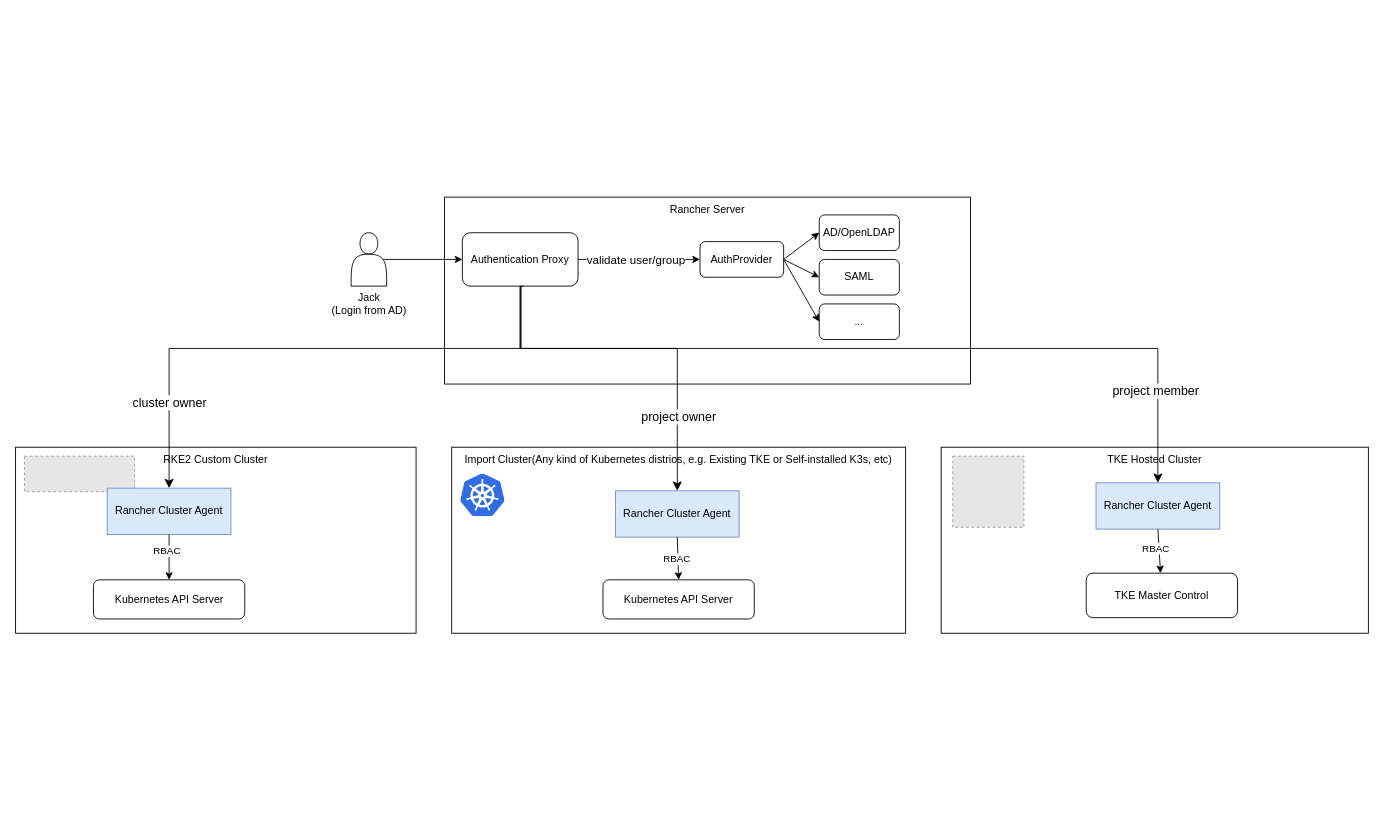
This is rancher-auth.drawio from JacieChao/jacie-docs, a draw.io file, before an edit. Source tidied: cells renumbered, new cells numbered last; positions are measured from the earlier drawing's top-left corner, leaving out a move shared by most shapes. Both pictures are drawn from the tidied source at 89%, with x=0, y=0 at pixel (15, 197). Pictures stored in the file or linked from it are replaced by grey dashed boxes.
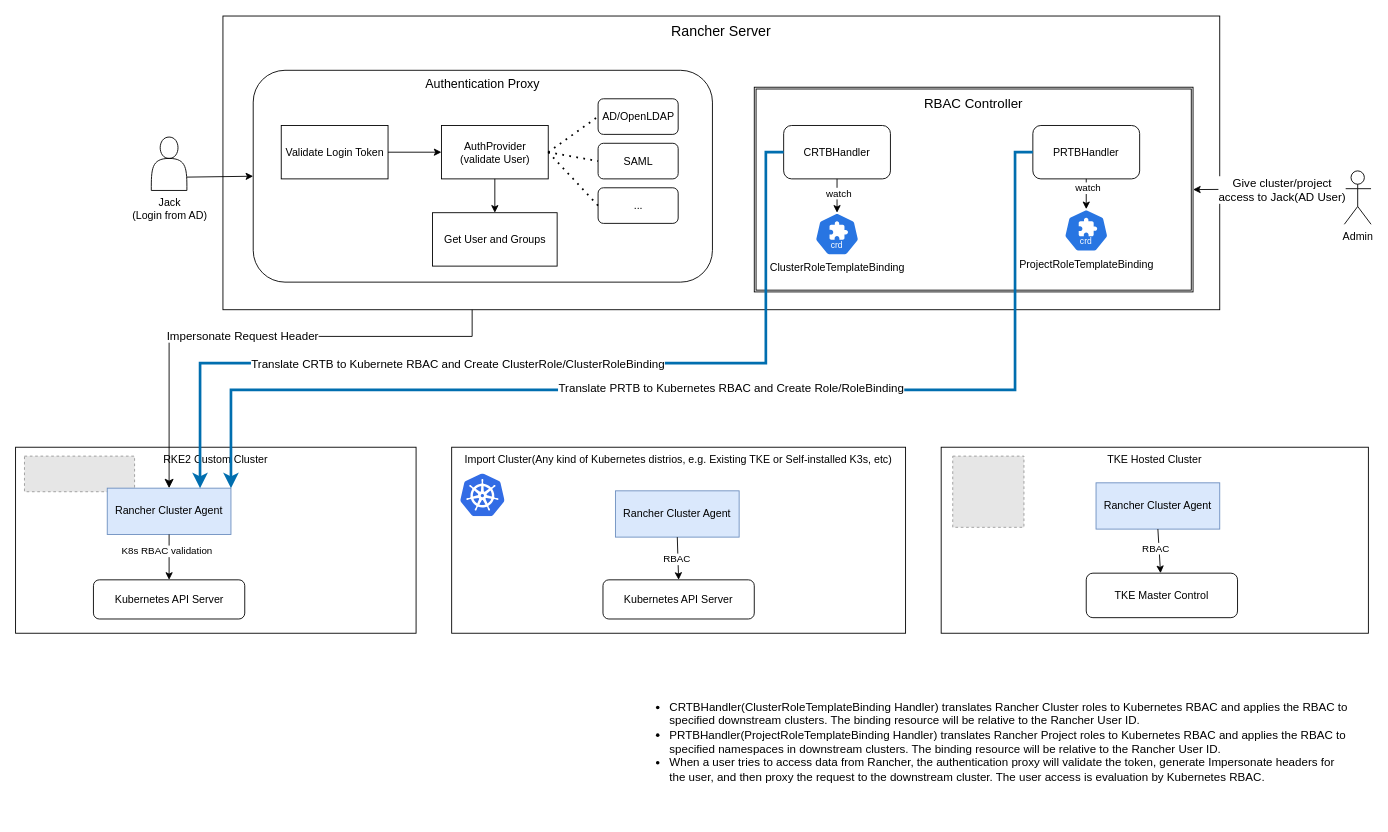
The same diagram, later.

Unchanged cells that the change refers to:
```xml
<mxCell id="25" value="Rancher Cluster Agent" style="rounded=0;whiteSpace=wrap;html=1;fillColor=#dae8fc;strokeColor=#6c8ebf;" parent="1" vertex="1">
  <mxGeometry x="103" y="327" width="139" height="52" as="geometry" />
</mxCell>
<mxCell id="26" style="endArrow=classic;html=1;rounded=0;exitX=0.5;exitY=1;exitDx=0;exitDy=0;entryX=0.5;entryY=0;entryDx=0;entryDy=0;" parent="1" edge="1" source="25" target="9">
  <mxGeometry relative="1" as="geometry" />
</mxCell>
<mxCell id="28" value="Rancher Cluster Agent" style="rounded=0;whiteSpace=wrap;html=1;fillColor=#dae8fc;strokeColor=#6c8ebf;" parent="1" vertex="1">
  <mxGeometry x="674" y="330" width="139" height="52" as="geometry" />
</mxCell>
<mxCell id="31" value="Rancher Cluster Agent" style="rounded=0;whiteSpace=wrap;html=1;fillColor=#dae8fc;strokeColor=#6c8ebf;" parent="1" vertex="1">
  <mxGeometry x="1214" y="321" width="139" height="52" as="geometry" />
</mxCell>
```

Diff of the diagram source:
```diff
@@
-    <mxCell id="2" value="Rancher Server&lt;div&gt;&lt;br&gt;&lt;/div&gt;" style="rounded=0;whiteSpace=wrap;html=1;verticalAlign=top;" parent="1" vertex="1">
-      <mxGeometry x="482" width="591" height="210" as="geometry" />
+    <mxCell id="2" value="Rancher Server&lt;div style=&quot;font-size: 16px;&quot;&gt;&lt;br style=&quot;font-size: 16px;&quot;&gt;&lt;/div&gt;" style="rounded=0;whiteSpace=wrap;html=1;verticalAlign=top;fontSize=16;" parent="1" vertex="1">
+      <mxGeometry x="233" y="-203.5" width="1120" height="330" as="geometry" />
     </mxCell>
-    <mxCell id="3" value="Authentication P&lt;span style=&quot;background-color: initial;&quot;&gt;roxy&lt;/span&gt;" style="rounded=1;whiteSpace=wrap;html=1;" parent="1" vertex="1">
-      <mxGeometry x="502" y="40" width="130" height="60" as="geometry" />
-    </mxCell>
     <mxCell id="4" style="shape=actor;whiteSpace=wrap;html=1;" parent="1" vertex="1">
-      <mxGeometry x="377" y="40" width="40" height="60" as="geometry" />
+      <mxGeometry x="152.5" y="-67.5" width="40" height="60" as="geometry" />
     </mxCell>
     <mxCell id="5" value="Jack&lt;div&gt;(Login from AD&lt;span style=&quot;background-color: initial;&quot;&gt;)&lt;/span&gt;&lt;/div&gt;" style="text;html=1;align=center;verticalAlign=middle;strokeColor=none;fillColor=none;" parent="1" vertex="1">
-      <mxGeometry x="342" y="100" width="110" height="40" as="geometry" />
+      <mxGeometry x="117.5" y="-7.5" width="110" height="40" as="geometry" />
     </mxCell>
-    <mxCell id="6" value="AuthProvider" style="rounded=1;whiteSpace=wrap;html=1;" parent="1" vertex="1">
-      <mxGeometry x="769" y="50" width="94" height="40" as="geometry" />
-    </mxCell>
@@
-    <mxCell id="16" style="endArrow=classic;html=1;rounded=0;exitX=0.9;exitY=0.5;exitDx=0;exitDy=0;exitPerimeter=0;entryX=0;entryY=0.5;entryDx=0;entryDy=0;" parent="1" edge="1" source="4" target="3">
-      <mxGeometry relative="1" as="geometry" />
-    </mxCell>
-    <mxCell id="17" style="endArrow=classic;html=1;rounded=0;exitX=1;exitY=0.5;exitDx=0;exitDy=0;" parent="1" edge="1" source="3" target="6">
-      <mxGeometry relative="1" as="geometry" />
-    </mxCell>
-    <mxCell id="18" value="validate user/group" style="edgeLabel;html=1;align=center;verticalAlign=middle;fontSize=13;" parent="17" vertex="1">
-      <mxGeometry x="-0.43" relative="1" as="geometry">
-        <mxPoint x="25" as="offset" />
-      </mxGeometry>
-    </mxCell>
-    <mxCell id="19" style="edgeStyle=segmentEdgeStyle;endArrow=classic;html=1;curved=0;rounded=0;endSize=8;startSize=8;exitX=0.5;exitY=1;exitDx=0;exitDy=0;entryX=0.5;entryY=0;entryDx=0;entryDy=0;" parent="1" edge="1" source="3" target="25">
-      <mxGeometry relative="1" as="geometry">
-        <Array as="points">
-          <mxPoint x="567" y="170" />
-          <mxPoint x="173" y="170" />
-        </Array>
-      </mxGeometry>
-    </mxCell>
-    <mxCell id="20" value="cluster owner" style="edgeLabel;html=1;align=center;verticalAlign=middle;fontSize=14;" parent="19" vertex="1">
-      <mxGeometry x="0.25" y="-2" relative="1" as="geometry">
-        <mxPoint x="-77" y="62" as="offset" />
-      </mxGeometry>
-    </mxCell>
-    <mxCell id="21" style="edgeStyle=segmentEdgeStyle;endArrow=classic;html=1;curved=0;rounded=0;endSize=8;startSize=8;exitX=0.5;exitY=1;exitDx=0;exitDy=0;entryX=0.5;entryY=0;entryDx=0;entryDy=0;" parent="1" edge="1" target="28">
-      <mxGeometry relative="1" as="geometry">
-        <mxPoint x="571" y="100" as="sourcePoint" />
-        <Array as="points">
-          <mxPoint x="567" y="100" />
-          <mxPoint x="567" y="170" />
-          <mxPoint x="743" y="170" />
-          <mxPoint x="743" y="331" />
-        </Array>
-      </mxGeometry>
-    </mxCell>
-    <mxCell id="22" value="project owner" style="edgeLabel;html=1;align=center;verticalAlign=middle;fontSize=14;" parent="21" vertex="1">
-      <mxGeometry x="0.59" y="1" relative="1" as="geometry">
-        <mxPoint y="1" as="offset" />
-      </mxGeometry>
-    </mxCell>
-    <mxCell id="23" style="edgeStyle=segmentEdgeStyle;endArrow=classic;html=1;curved=0;rounded=0;endSize=8;startSize=8;entryX=0.5;entryY=0;entryDx=0;entryDy=0;" parent="1" edge="1" target="31">
-      <mxGeometry relative="1" as="geometry">
-        <mxPoint x="568" y="100" as="sourcePoint" />
-        <Array as="points">
-          <mxPoint x="568" y="170" />
-          <mxPoint x="1283" y="170" />
-        </Array>
-      </mxGeometry>
-    </mxCell>
-    <mxCell id="24" value="project member" style="edgeLabel;html=1;align=center;verticalAlign=middle;fontSize=14;" parent="23" vertex="1">
-      <mxGeometry x="0.78" y="-3" relative="1" as="geometry" />
-    </mxCell>
@@
-    <mxCell id="27" value="RBAC" style="edgeLabel;html=1;align=center;verticalAlign=middle;" parent="26" vertex="1">
+    <mxCell id="27" value="K8s RBAC validation" style="edgeLabel;html=1;align=center;verticalAlign=middle;" parent="26" vertex="1">
       <mxGeometry x="-0.37" y="1" relative="1" as="geometry">
         <mxPoint x="-4" y="2" as="offset" />
       </mxGeometry>
     </mxCell>
@@
+    <mxCell id="40" value="Authentication Proxy" style="rounded=1;whiteSpace=wrap;html=1;verticalAlign=top;fontSize=14;" parent="1" vertex="1">
+      <mxGeometry x="267" y="-142.5" width="516" height="238" as="geometry" />
+    </mxCell>
+    <mxCell id="41" value="Validate Login Token" style="rounded=0;whiteSpace=wrap;html=1;" parent="1" vertex="1">
+      <mxGeometry x="298.5" y="-80.5" width="120" height="60" as="geometry" />
+    </mxCell>
+    <mxCell id="42" value="AuthProvider&lt;div&gt;(validate User)&lt;/div&gt;" style="rounded=0;whiteSpace=wrap;html=1;" parent="1" vertex="1">
+      <mxGeometry x="478.5" y="-80.5" width="120" height="60" as="geometry" />
+    </mxCell>
+    <mxCell id="43" value="Get User and Groups" style="rounded=0;whiteSpace=wrap;html=1;" parent="1" vertex="1">
+      <mxGeometry x="468.5" y="17.5" width="140" height="60" as="geometry" />
+    </mxCell>
+    <mxCell id="44" style="endArrow=classic;html=1;rounded=0;exitX=1;exitY=0.5;exitDx=0;exitDy=0;entryX=0;entryY=0.5;entryDx=0;entryDy=0;" parent="1" edge="1" source="41" target="42">
+      <mxGeometry relative="1" as="geometry" />
+    </mxCell>
     <mxCell id="34" value="SAML" style="rounded=1;whiteSpace=wrap;html=1;" parent="1" vertex="1">
-      <mxGeometry x="903" y="70" width="90" height="40" as="geometry" />
+      <mxGeometry x="654.5" y="-60.5" width="90" height="40" as="geometry" />
     </mxCell>
     <mxCell id="35" value="AD/OpenLDAP" style="rounded=1;whiteSpace=wrap;html=1;" parent="1" vertex="1">
-      <mxGeometry x="903" y="20" width="90" height="40" as="geometry" />
+      <mxGeometry x="654.5" y="-110.5" width="90" height="40" as="geometry" />
     </mxCell>
     <mxCell id="36" value="..." style="rounded=1;whiteSpace=wrap;html=1;" parent="1" vertex="1">
-      <mxGeometry x="903" y="120" width="90" height="40" as="geometry" />
+      <mxGeometry x="654.5" y="-10.5" width="90" height="40" as="geometry" />
     </mxCell>
-    <mxCell id="37" style="endArrow=classic;html=1;rounded=0;exitX=1;exitY=0.5;exitDx=0;exitDy=0;entryX=0;entryY=0.5;entryDx=0;entryDy=0;" parent="1" edge="1" source="6" target="35">
-      <mxGeometry relative="1" as="geometry" />
-    </mxCell>
-    <mxCell id="38" style="endArrow=classic;html=1;rounded=0;exitX=1;exitY=0.5;exitDx=0;exitDy=0;entryX=0;entryY=0.5;entryDx=0;entryDy=0;" parent="1" edge="1" source="6" target="34">
-      <mxGeometry relative="1" as="geometry" />
-    </mxCell>
-    <mxCell id="39" style="endArrow=classic;html=1;rounded=0;exitX=1;exitY=0.5;exitDx=0;exitDy=0;entryX=0;entryY=0.5;entryDx=0;entryDy=0;" parent="1" edge="1" source="6" target="36">
-      <mxGeometry relative="1" as="geometry" />
-    </mxCell>
+    <mxCell id="45" style="endArrow=none;dashed=1;html=1;dashPattern=1 3;strokeWidth=2;rounded=0;exitX=1;exitY=0.5;exitDx=0;exitDy=0;entryX=0;entryY=0.5;entryDx=0;entryDy=0;" parent="1" edge="1" source="42" target="35">
+      <mxGeometry relative="1" as="geometry" />
+    </mxCell>
+    <mxCell id="46" style="endArrow=none;dashed=1;html=1;dashPattern=1 3;strokeWidth=2;rounded=0;exitX=1;exitY=0.5;exitDx=0;exitDy=0;entryX=0;entryY=0.5;entryDx=0;entryDy=0;" parent="1" edge="1" source="42" target="34">
+      <mxGeometry relative="1" as="geometry" />
+    </mxCell>
+    <mxCell id="47" style="endArrow=none;dashed=1;html=1;dashPattern=1 3;strokeWidth=2;rounded=0;exitX=1;exitY=0.5;exitDx=0;exitDy=0;entryX=0;entryY=0.5;entryDx=0;entryDy=0;" parent="1" edge="1" source="42" target="36">
+      <mxGeometry relative="1" as="geometry" />
+    </mxCell>
+    <mxCell id="48" style="endArrow=classic;html=1;rounded=0;exitX=0.5;exitY=1;exitDx=0;exitDy=0;entryX=0.5;entryY=0;entryDx=0;entryDy=0;" parent="1" edge="1" source="42" target="43">
+      <mxGeometry relative="1" as="geometry" />
+    </mxCell>
+    <mxCell id="49" style="endArrow=classic;html=1;rounded=0;exitX=1;exitY=0.75;exitDx=0;exitDy=0;entryX=0;entryY=0.5;entryDx=0;entryDy=0;" parent="1" edge="1" source="4" target="40">
+      <mxGeometry relative="1" as="geometry" />
+    </mxCell>
+    <mxCell id="50" value="RBAC Controller" style="shape=ext;double=1;rounded=0;whiteSpace=wrap;html=1;verticalAlign=top;fontSize=15;" parent="1" vertex="1">
+      <mxGeometry x="830" y="-123.5" width="493" height="230" as="geometry" />
+    </mxCell>
+    <mxCell id="51" value="CRTBHandler" style="rounded=1;whiteSpace=wrap;html=1;" parent="1" vertex="1">
+      <mxGeometry x="863" y="-80.5" width="120" height="60" as="geometry" />
+    </mxCell>
+    <mxCell id="52" value="PRTBHandler" style="rounded=1;whiteSpace=wrap;html=1;" parent="1" vertex="1">
+      <mxGeometry x="1143" y="-80.5" width="120" height="60" as="geometry" />
+    </mxCell>
+    <mxCell id="53" value="&lt;div&gt;&lt;span style=&quot;background-color: initial;&quot;&gt;Admin&lt;/span&gt;&lt;br&gt;&lt;/div&gt;" style="shape=umlActor;verticalLabelPosition=bottom;verticalAlign=top;html=1;outlineConnect=0;" parent="1" vertex="1">
+      <mxGeometry x="1493" y="-29.5" width="30" height="60" as="geometry" />
+    </mxCell>
+    <mxCell id="54" style="endArrow=classic;html=1;rounded=0;exitX=0;exitY=0.3333333333333333;exitDx=0;exitDy=0;exitPerimeter=0;entryX=1;entryY=0.5;entryDx=0;entryDy=0;" parent="1" edge="1" source="53" target="50">
+      <mxGeometry relative="1" as="geometry" />
+    </mxCell>
+    <mxCell id="55" value="Give cluster/project&lt;div&gt;access to Jack(AD User)&lt;/div&gt;" style="edgeLabel;html=1;align=center;verticalAlign=middle;fontSize=13;" parent="54" vertex="1">
+      <mxGeometry x="-0.17" y="1" relative="1" as="geometry" />
+    </mxCell>
+    <mxCell id="56" value="ClusterRoleTemplateBinding" style="sketch=0;html=1;dashed=0;whitespace=wrap;verticalLabelPosition=bottom;verticalAlign=top;fillColor=#2875E2;strokeColor=#ffffff;points=[[0.005,0.63,0],[0.1,0.2,0],[0.9,0.2,0],[0.5,0,0],[0.995,0.63,0],[0.72,0.99,0],[0.5,1,0],[0.28,0.99,0]];shape=mxgraph.kubernetes.icon2;kubernetesLabel=1;prIcon=crd;" parent="1" vertex="1">
+      <mxGeometry x="898" y="17.5" width="50" height="48" as="geometry" />
+    </mxCell>
+    <mxCell id="57" value="ProjectRoleTemplateBinding" style="sketch=0;html=1;dashed=0;whitespace=wrap;verticalLabelPosition=bottom;verticalAlign=top;fillColor=#2875E2;strokeColor=#ffffff;points=[[0.005,0.63,0],[0.1,0.2,0],[0.9,0.2,0],[0.5,0,0],[0.995,0.63,0],[0.72,0.99,0],[0.5,1,0],[0.28,0.99,0]];shape=mxgraph.kubernetes.icon2;kubernetesLabel=1;prIcon=crd;" parent="1" vertex="1">
+      <mxGeometry x="1178" y="13.5" width="50" height="48" as="geometry" />
+    </mxCell>
+    <mxCell id="58" style="endArrow=classic;html=1;rounded=0;exitX=0.5;exitY=1;exitDx=0;exitDy=0;entryX=0.5;entryY=0;entryDx=0;entryDy=0;entryPerimeter=0;" parent="1" edge="1" source="51" target="56">
+      <mxGeometry relative="1" as="geometry" />
+    </mxCell>
+    <mxCell id="59" value="watch" style="edgeLabel;html=1;align=center;verticalAlign=middle;" parent="58" vertex="1">
+      <mxGeometry x="-0.14" y="1" relative="1" as="geometry" />
+    </mxCell>
+    <mxCell id="60" style="endArrow=classic;html=1;rounded=0;exitX=0.5;exitY=1;exitDx=0;exitDy=0;entryX=0.5;entryY=0;entryDx=0;entryDy=0;entryPerimeter=0;" parent="1" edge="1" source="52" target="57">
+      <mxGeometry relative="1" as="geometry" />
+    </mxCell>
+    <mxCell id="61" value="watch" style="edgeLabel;html=1;align=center;verticalAlign=middle;" parent="60" vertex="1">
+      <mxGeometry x="-0.42" y="1" relative="1" as="geometry" />
+    </mxCell>
+    <mxCell id="62" style="edgeStyle=segmentEdgeStyle;endArrow=classic;html=1;curved=0;rounded=0;endSize=8;startSize=8;exitX=0;exitY=0.5;exitDx=0;exitDy=0;entryX=0.75;entryY=0;entryDx=0;entryDy=0;fillColor=#1ba1e2;strokeColor=#006EAF;strokeWidth=3;" parent="1" edge="1" source="51" target="25">
+      <mxGeometry relative="1" as="geometry">
+        <Array as="points">
+          <mxPoint x="843" y="-50.5" />
+          <mxPoint x="843" y="186.5" />
+          <mxPoint x="207" y="186.5" />
+        </Array>
+      </mxGeometry>
+    </mxCell>
+    <mxCell id="63" value="Translate CRTB to Kubernete RBAC and Create ClusterRole/ClusterRoleBinding" style="edgeLabel;html=1;align=center;verticalAlign=middle;fontSize=13;" parent="62" vertex="1">
+      <mxGeometry x="0.33" y="1" relative="1" as="geometry">
+        <mxPoint x="83" as="offset" />
+      </mxGeometry>
+    </mxCell>
+    <mxCell id="64" style="edgeStyle=segmentEdgeStyle;endArrow=classic;html=1;curved=0;rounded=0;endSize=8;startSize=8;exitX=0;exitY=0.5;exitDx=0;exitDy=0;entryX=1;entryY=0;entryDx=0;entryDy=0;strokeWidth=3;fillColor=#1ba1e2;strokeColor=#006EAF;" parent="1" edge="1" source="52" target="25">
+      <mxGeometry relative="1" as="geometry">
+        <Array as="points">
+          <mxPoint x="1123" y="-50.5" />
+          <mxPoint x="1123" y="216.5" />
+          <mxPoint x="242" y="216.5" />
+        </Array>
+      </mxGeometry>
+    </mxCell>
+    <mxCell id="65" value="Translate PRTB to Kubernetes RBAC and Create Role/RoleBinding" style="edgeLabel;html=1;align=center;verticalAlign=middle;fontSize=13;" parent="64" vertex="1">
+      <mxGeometry x="-0.05" y="-2" relative="1" as="geometry" />
+    </mxCell>
+    <mxCell id="66" style="edgeStyle=segmentEdgeStyle;endArrow=classic;html=1;curved=0;rounded=0;endSize=8;startSize=8;exitX=0.25;exitY=1;exitDx=0;exitDy=0;entryX=0.5;entryY=0;entryDx=0;entryDy=0;" parent="1" edge="1" source="2" target="25">
+      <mxGeometry relative="1" as="geometry">
+        <Array as="points">
+          <mxPoint x="513" y="156.5" />
+          <mxPoint x="173" y="156.5" />
+        </Array>
+      </mxGeometry>
+    </mxCell>
+    <mxCell id="67" value="Impersonate Request Header" style="edgeLabel;html=1;align=center;verticalAlign=middle;fontSize=13;" parent="66" vertex="1">
+      <mxGeometry x="0.07" y="-1" relative="1" as="geometry" />
+    </mxCell>
+    <mxCell id="68" value="&lt;ul style=&quot;font-size: 13px;&quot;&gt;&lt;li style=&quot;font-size: 13px;&quot;&gt;CRTBHandler(ClusterRoleTemplateBinding Handler) translates Rancher Cluster roles to Kubernetes RBAC and applies the RBAC to specified downstream clusters. The binding resource will be relative to the Rancher User ID.&lt;/li&gt;&lt;li style=&quot;font-size: 13px;&quot;&gt;PRTBHandler(ProjectRoleTemplateBinding Handler) translates Rancher Project roles to Kubernetes RBAC and applies the RBAC to specified namespaces in downstream clusters. The binding resource will be relative to the Rancher User ID.&lt;/li&gt;&lt;li style=&quot;font-size: 13px;&quot;&gt;When a user tries to access data from Rancher, the authentication proxy will validate the token, generate Impersonate headers for the user, and then proxy the request to the downstream cluster. The user access is evaluation by Kubernetes RBAC.&lt;/li&gt;&lt;/ul&gt;" style="text;strokeColor=none;fillColor=none;html=1;whiteSpace=wrap;verticalAlign=middle;overflow=hidden;fontSize=13;" parent="1" vertex="1">
+      <mxGeometry x="693" y="526.5" width="810" height="170" as="geometry" />
+    </mxCell>
```
